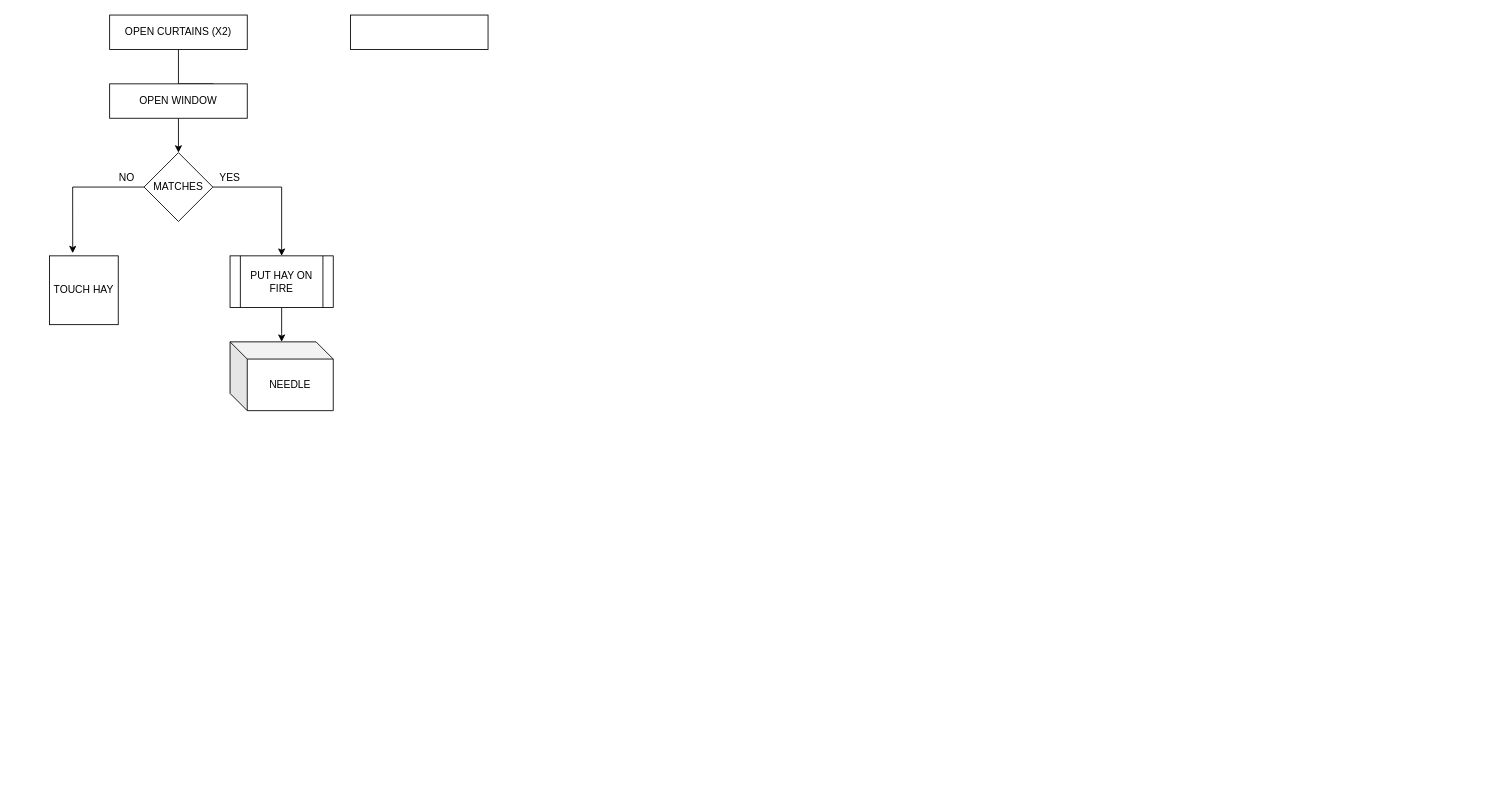
The draw.io diagram hello/GamesProductionDiagram.drawio in maksimillian/c-unix, before the edit. Source tidied: cells renumbered, new cells numbered last; positions are measured from the earlier drawing's top-left corner, leaving out a move shared by most shapes. Both pictures are drawn from the tidied source at 86%, with x=0, y=0 at pixel (49, 15).
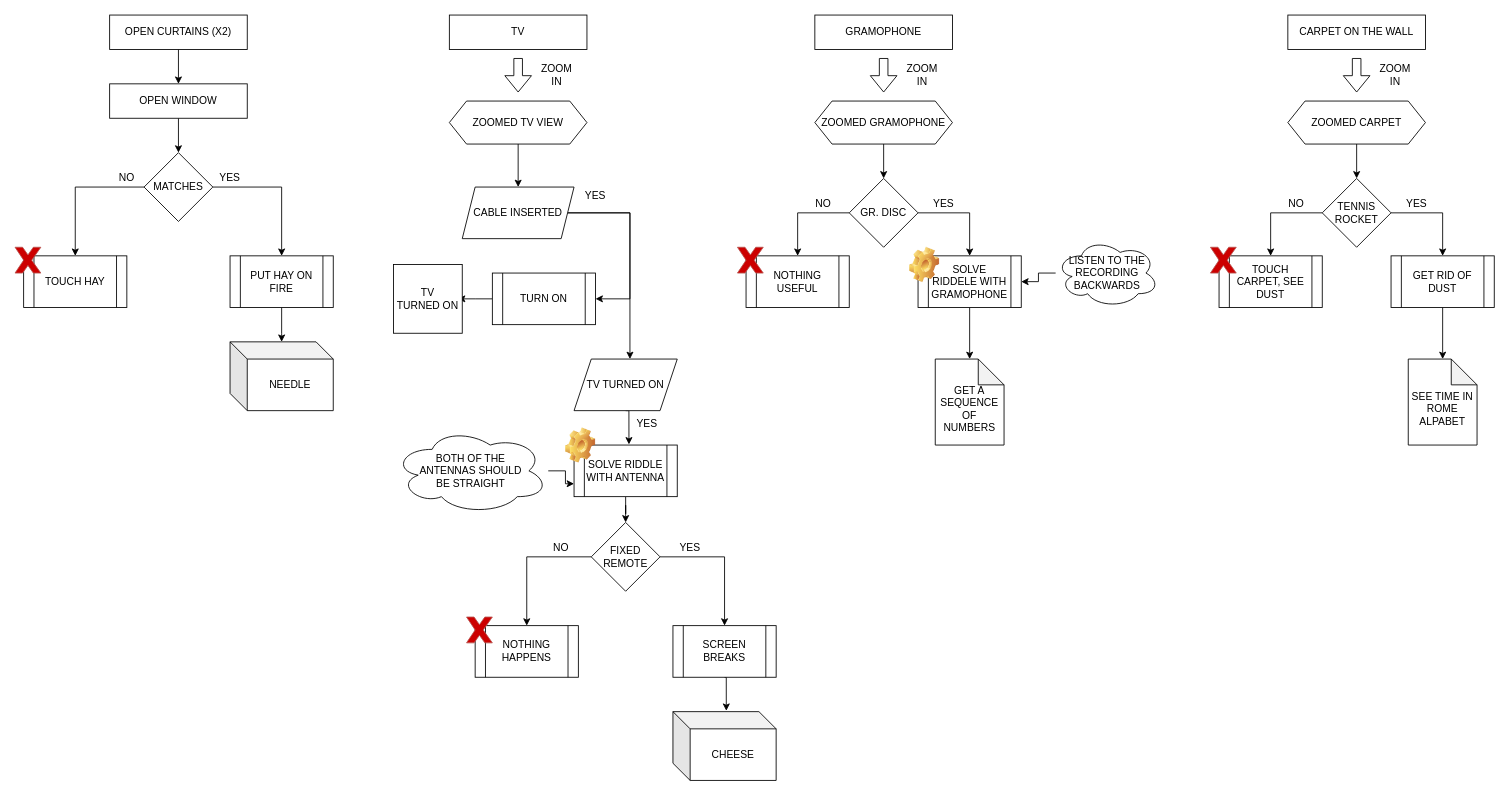
The same diagram, later.

The change refers to these unchanged cells:
```xml
<mxCell id="3" value="OPEN CURTAINS (X2)" style="rounded=0;whiteSpace=wrap;html=1;" parent="1" vertex="1">
  <mxGeometry x="70" width="160" height="40" as="geometry" />
</mxCell>
<mxCell id="5" value="OPEN WINDOW" style="rounded=0;whiteSpace=wrap;html=1;" parent="1" vertex="1">
  <mxGeometry x="70" y="80" width="160" height="40" as="geometry" />
</mxCell>
<mxCell id="8" value="MATCHES" style="rhombus;whiteSpace=wrap;html=1;" parent="1" vertex="1">
  <mxGeometry x="110" y="160" width="80" height="80" as="geometry" />
</mxCell>
```

Diff of the diagram source:
```diff
@@
-    <mxCell id="2" style="edgeStyle=orthogonalEdgeStyle;rounded=0;jettySize=auto;html=1;" parent="1" edge="1" source="3">
-      <mxGeometry relative="1" as="geometry">
-        <mxPoint x="190" y="120" as="targetPoint" />
-      </mxGeometry>
+    <mxCell id="2" style="edgeStyle=orthogonalEdgeStyle;rounded=0;jettySize=auto;html=1;" parent="1" edge="1" source="3" target="5">
+      <mxGeometry relative="1" as="geometry" />
     </mxCell>
@@
-    <mxCell id="7" style="edgeStyle=orthogonalEdgeStyle;rounded=0;jettySize=auto;html=1;exitX=0;exitY=0.5;exitDx=0;exitDy=0;entryX=0.338;entryY=-0.039;entryDx=0;entryDy=0;entryPerimeter=0;" parent="1" edge="1" source="8" target="13">
-      <mxGeometry relative="1" as="geometry" />
+    <mxCell id="7" style="edgeStyle=orthogonalEdgeStyle;rounded=0;jettySize=auto;html=1;exitX=0;exitY=0.5;exitDx=0;exitDy=0;entryX=0.5;entryY=0;entryDx=0;entryDy=0;" parent="1" edge="1" source="8" target="13">
+      <mxGeometry relative="1" as="geometry">
+        <Array as="points">
+          <mxPoint x="30" y="200" />
+        </Array>
+      </mxGeometry>
     </mxCell>
@@
-    <mxCell id="13" value="TOUCH HAY" style="whiteSpace=wrap;html=1;" parent="1" vertex="1">
-      <mxGeometry y="280" width="80" height="80" as="geometry" />
-    </mxCell>
@@
-    <mxCell id="15" style="rounded=0;whiteSpace=wrap;html=1;" parent="1" vertex="1">
-      <mxGeometry x="350" width="160" height="40" as="geometry" />
+    <mxCell id="15" value="TV" style="rounded=0;whiteSpace=wrap;html=1;" parent="1" vertex="1">
+      <mxGeometry x="465" width="160" height="40" as="geometry" />
     </mxCell>
+    <mxCell id="16" style="shape=flexArrow;endArrow=classic;html=1;" parent="1" edge="1">
+      <mxGeometry relative="1" as="geometry">
+        <mxPoint x="545" y="50" as="sourcePoint" />
+        <mxPoint x="545" y="90" as="targetPoint" />
+      </mxGeometry>
+    </mxCell>
+    <mxCell id="17" value="ZOOM IN" style="text;html=1;strokeColor=none;fillColor=none;align=center;verticalAlign=middle;whiteSpace=wrap;rounded=0;" parent="1" vertex="1">
+      <mxGeometry x="570" y="60" width="40" height="20" as="geometry" />
+    </mxCell>
+    <mxCell id="18" style="edgeStyle=orthogonalEdgeStyle;rounded=0;orthogonalLoop=1;jettySize=auto;html=1;exitX=0.5;exitY=1;exitDx=0;exitDy=0;" parent="1" edge="1">
+      <mxGeometry relative="1" as="geometry">
+        <mxPoint x="545" y="140" as="sourcePoint" />
+        <mxPoint x="545" y="140" as="targetPoint" />
+      </mxGeometry>
+    </mxCell>
+    <mxCell id="19" style="edgeStyle=orthogonalEdgeStyle;rounded=0;jettySize=auto;html=1;exitX=0.5;exitY=1;exitDx=0;exitDy=0;entryX=0.5;entryY=0;entryDx=0;entryDy=0;" parent="1" edge="1" source="20" target="23">
+      <mxGeometry relative="1" as="geometry" />
+    </mxCell>
+    <mxCell id="20" value="ZOOMED TV VIEW" style="shape=hexagon;perimeter=hexagonPerimeter2;whiteSpace=wrap;html=1;fixedSize=1;" parent="1" vertex="1">
+      <mxGeometry x="465" y="100" width="160" height="50" as="geometry" />
+    </mxCell>
+    <mxCell id="13" value="&lt;span&gt;TOUCH HAY&lt;/span&gt;" style="shape=process;whiteSpace=wrap;html=1;backgroundOutline=1;" parent="1" vertex="1">
+      <mxGeometry x="-30" y="280" width="120" height="60" as="geometry" />
+    </mxCell>
+    <mxCell id="21" style="edgeStyle=orthogonalEdgeStyle;rounded=0;jettySize=auto;html=1;exitX=1;exitY=0.5;exitDx=0;exitDy=0;entryX=1;entryY=0.5;entryDx=0;entryDy=0;" parent="1" edge="1" source="23" target="25">
+      <mxGeometry relative="1" as="geometry">
+        <Array as="points">
+          <mxPoint x="675" y="230" />
+          <mxPoint x="675" y="330" />
+        </Array>
+      </mxGeometry>
+    </mxCell>
+    <mxCell id="22" style="edgeStyle=orthogonalEdgeStyle;rounded=0;jettySize=auto;html=1;" parent="1" edge="1" source="23">
+      <mxGeometry relative="1" as="geometry">
+        <mxPoint x="675" y="400" as="targetPoint" />
+        <Array as="points">
+          <mxPoint x="675" y="230" />
+        </Array>
+      </mxGeometry>
+    </mxCell>
+    <mxCell id="23" value="CABLE INSERTED" style="shape=parallelogram;perimeter=parallelogramPerimeter;whiteSpace=wrap;html=1;fixedSize=1;size=15;" parent="1" vertex="1">
+      <mxGeometry x="480" y="200" width="130" height="60" as="geometry" />
+    </mxCell>
+    <mxCell id="24" style="edgeStyle=orthogonalEdgeStyle;rounded=0;jettySize=auto;html=1;" parent="1" edge="1" source="25">
+      <mxGeometry relative="1" as="geometry">
+        <mxPoint x="475" y="330" as="targetPoint" />
+      </mxGeometry>
+    </mxCell>
+    <mxCell id="25" value="TURN ON" style="shape=process;whiteSpace=wrap;html=1;backgroundOutline=1;" parent="1" vertex="1">
+      <mxGeometry x="515" y="300" width="120" height="60" as="geometry" />
+    </mxCell>
+    <mxCell id="26" value="TV&lt;br&gt;TURNED ON" style="whiteSpace=wrap;html=1;" parent="1" vertex="1">
+      <mxGeometry x="400" y="290" width="80" height="80" as="geometry" />
+    </mxCell>
+    <mxCell id="27" style="edgeStyle=orthogonalEdgeStyle;rounded=0;jettySize=auto;html=1;exitX=0.5;exitY=1;exitDx=0;exitDy=0;entryX=0.532;entryY=-0.012;entryDx=0;entryDy=0;entryPerimeter=0;" parent="1" edge="1" source="28" target="31">
+      <mxGeometry relative="1" as="geometry" />
+    </mxCell>
+    <mxCell id="28" value="TV TURNED ON" style="shape=parallelogram;perimeter=parallelogramPerimeter;whiteSpace=wrap;html=1;fixedSize=1;" parent="1" vertex="1">
+      <mxGeometry x="610" y="400" width="120" height="60" as="geometry" />
+    </mxCell>
+    <mxCell id="29" value="YES" style="text;html=1;strokeColor=none;fillColor=none;align=center;verticalAlign=middle;whiteSpace=wrap;rounded=0;" parent="1" vertex="1">
+      <mxGeometry x="615" y="200" width="40" height="20" as="geometry" />
+    </mxCell>
+    <mxCell id="30" style="edgeStyle=orthogonalEdgeStyle;rounded=0;jettySize=auto;html=1;exitX=0.5;exitY=1;exitDx=0;exitDy=0;" parent="1" edge="1" source="31" target="38">
+      <mxGeometry relative="1" as="geometry" />
+    </mxCell>
+    <mxCell id="31" value="SOLVE RIDDLE WITH ANTENNA" style="shape=process;whiteSpace=wrap;html=1;backgroundOutline=1;" parent="1" vertex="1">
+      <mxGeometry x="610" y="500" width="120" height="60" as="geometry" />
+    </mxCell>
+    <mxCell id="32" value="YES" style="text;html=1;strokeColor=none;fillColor=none;align=center;verticalAlign=middle;whiteSpace=wrap;rounded=0;" parent="1" vertex="1">
+      <mxGeometry x="675" y="465" width="40" height="20" as="geometry" />
+    </mxCell>
+    <mxCell id="33" style="edgeStyle=orthogonalEdgeStyle;rounded=0;jettySize=auto;html=1;entryX=0;entryY=0.75;entryDx=0;entryDy=0;" parent="1" edge="1" source="34" target="31">
+      <mxGeometry relative="1" as="geometry" />
+    </mxCell>
+    <mxCell id="34" value="BOTH OF THE &lt;br&gt;ANTENNAS&amp;nbsp;SHOULD &lt;br&gt;BE STRAIGHT" style="ellipse;shape=cloud;whiteSpace=wrap;html=1;" parent="1" vertex="1">
+      <mxGeometry x="400" y="480" width="180" height="100" as="geometry" />
+    </mxCell>
+    <mxCell id="35" value="CHEESE" style="shape=cube;whiteSpace=wrap;html=1;boundedLbl=1;backgroundOutline=1;darkOpacity=0.05;darkOpacity2=0.1;" parent="1" vertex="1">
+      <mxGeometry x="725" y="810" width="120" height="80" as="geometry" />
+    </mxCell>
+    <mxCell id="36" style="edgeStyle=orthogonalEdgeStyle;rounded=0;jettySize=auto;html=1;exitX=1;exitY=0.5;exitDx=0;exitDy=0;entryX=0.5;entryY=0;entryDx=0;entryDy=0;" parent="1" edge="1" source="38" target="41">
+      <mxGeometry relative="1" as="geometry" />
+    </mxCell>
+    <mxCell id="37" style="edgeStyle=orthogonalEdgeStyle;rounded=0;jettySize=auto;html=1;" parent="1" edge="1" source="38" target="39">
+      <mxGeometry relative="1" as="geometry" />
+    </mxCell>
+    <mxCell id="38" value="FIXED REMOTE" style="rhombus;whiteSpace=wrap;html=1;" parent="1" vertex="1">
+      <mxGeometry x="630" y="590" width="80" height="80" as="geometry" />
+    </mxCell>
+    <mxCell id="39" value="NOTHING HAPPENS" style="shape=process;whiteSpace=wrap;html=1;backgroundOutline=1;" parent="1" vertex="1">
+      <mxGeometry x="495" y="710" width="120" height="60" as="geometry" />
+    </mxCell>
+    <mxCell id="40" style="edgeStyle=orthogonalEdgeStyle;rounded=0;jettySize=auto;html=1;exitX=0.5;exitY=1;exitDx=0;exitDy=0;entryX=0.517;entryY=-0.012;entryDx=0;entryDy=0;entryPerimeter=0;" parent="1" edge="1" source="41" target="35">
+      <mxGeometry relative="1" as="geometry" />
+    </mxCell>
+    <mxCell id="41" value="SCREEN BREAKS" style="shape=process;whiteSpace=wrap;html=1;backgroundOutline=1;" parent="1" vertex="1">
+      <mxGeometry x="725" y="710" width="120" height="60" as="geometry" />
+    </mxCell>
+    <mxCell id="42" value="NO" style="text;html=1;strokeColor=none;fillColor=none;align=center;verticalAlign=middle;whiteSpace=wrap;rounded=0;" parent="1" vertex="1">
+      <mxGeometry x="575" y="610" width="40" height="20" as="geometry" />
+    </mxCell>
+    <mxCell id="43" value="YES" style="text;html=1;strokeColor=none;fillColor=none;align=center;verticalAlign=middle;whiteSpace=wrap;rounded=0;" parent="1" vertex="1">
+      <mxGeometry x="725" y="610" width="40" height="20" as="geometry" />
+    </mxCell>
+    <mxCell id="44" value="&lt;div style=&quot;text-align: left&quot;&gt;&lt;span&gt;GRAMOPHONE&lt;/span&gt;&lt;/div&gt;" style="rounded=0;whiteSpace=wrap;html=1;" parent="1" vertex="1">
+      <mxGeometry x="890" width="160" height="40" as="geometry" />
+    </mxCell>
+    <mxCell id="45" style="shape=flexArrow;endArrow=classic;html=1;" parent="1" edge="1">
+      <mxGeometry relative="1" as="geometry">
+        <mxPoint x="970" y="50" as="sourcePoint" />
+        <mxPoint x="970" y="90" as="targetPoint" />
+      </mxGeometry>
+    </mxCell>
+    <mxCell id="46" value="ZOOM IN" style="text;html=1;strokeColor=none;fillColor=none;align=center;verticalAlign=middle;whiteSpace=wrap;rounded=0;" parent="1" vertex="1">
+      <mxGeometry x="995" y="60" width="40" height="20" as="geometry" />
+    </mxCell>
+    <mxCell id="47" style="edgeStyle=orthogonalEdgeStyle;rounded=0;orthogonalLoop=1;jettySize=auto;html=1;exitX=0.5;exitY=1;exitDx=0;exitDy=0;" parent="1" edge="1">
+      <mxGeometry relative="1" as="geometry">
+        <mxPoint x="970" y="140" as="sourcePoint" />
+        <mxPoint x="970" y="140" as="targetPoint" />
+      </mxGeometry>
+    </mxCell>
+    <mxCell id="48" style="edgeStyle=orthogonalEdgeStyle;rounded=0;jettySize=auto;html=1;exitX=0.5;exitY=1;exitDx=0;exitDy=0;" parent="1" edge="1" source="49" target="52">
+      <mxGeometry relative="1" as="geometry" />
+    </mxCell>
+    <mxCell id="49" value="ZOOMED GRAMOPHONE" style="shape=hexagon;perimeter=hexagonPerimeter2;whiteSpace=wrap;html=1;fixedSize=1;" parent="1" vertex="1">
+      <mxGeometry x="890" y="100" width="160" height="50" as="geometry" />
+    </mxCell>
+    <mxCell id="50" style="edgeStyle=orthogonalEdgeStyle;rounded=0;jettySize=auto;html=1;exitX=1;exitY=0.5;exitDx=0;exitDy=0;" parent="1" edge="1" source="52" target="54">
+      <mxGeometry relative="1" as="geometry" />
+    </mxCell>
+    <mxCell id="51" style="edgeStyle=orthogonalEdgeStyle;rounded=0;jettySize=auto;html=1;exitX=0;exitY=0.5;exitDx=0;exitDy=0;" parent="1" edge="1" source="52" target="57">
+      <mxGeometry relative="1" as="geometry" />
+    </mxCell>
+    <mxCell id="52" value="GR. DISC" style="rhombus;whiteSpace=wrap;html=1;" parent="1" vertex="1">
+      <mxGeometry x="930" y="190" width="80" height="80" as="geometry" />
+    </mxCell>
+    <mxCell id="53" style="edgeStyle=orthogonalEdgeStyle;rounded=0;jettySize=auto;html=1;exitX=0.5;exitY=1;exitDx=0;exitDy=0;entryX=0.5;entryY=0;entryDx=0;entryDy=0;entryPerimeter=0;" parent="1" edge="1" source="54" target="58">
+      <mxGeometry relative="1" as="geometry" />
+    </mxCell>
+    <mxCell id="54" value="SOLVE RIDDELE WITH GRAMOPHONE" style="shape=process;whiteSpace=wrap;html=1;backgroundOutline=1;" parent="1" vertex="1">
+      <mxGeometry x="1010" y="280" width="120" height="60" as="geometry" />
+    </mxCell>
+    <mxCell id="55" style="edgeStyle=orthogonalEdgeStyle;rounded=0;jettySize=auto;html=1;entryX=1;entryY=0.5;entryDx=0;entryDy=0;" parent="1" edge="1" source="56" target="54">
+      <mxGeometry relative="1" as="geometry" />
+    </mxCell>
+    <mxCell id="56" value="LISTEN TO THE RECORDING&lt;br&gt;BACKWARDS" style="ellipse;shape=cloud;whiteSpace=wrap;html=1;" parent="1" vertex="1">
+      <mxGeometry x="1170" y="260" width="120" height="80" as="geometry" />
+    </mxCell>
+    <mxCell id="57" value="NOTHING USEFUL" style="shape=process;whiteSpace=wrap;html=1;backgroundOutline=1;" parent="1" vertex="1">
+      <mxGeometry x="810" y="280" width="120" height="60" as="geometry" />
+    </mxCell>
+    <mxCell id="58" value="GET A SEQUENCE OF NUMBERS" style="shape=note;whiteSpace=wrap;html=1;backgroundOutline=1;darkOpacity=0.05;spacingTop=16;" parent="1" vertex="1">
+      <mxGeometry x="1030" y="400" width="80" height="100" as="geometry" />
+    </mxCell>
+    <mxCell id="59" style="shape=image;html=1;verticalLabelPosition=bottom;verticalAlign=top;imageAspect=1;image=img/clipart/Gear_128x128.png;" parent="1" vertex="1">
+      <mxGeometry x="1000" y="270" width="35" height="41" as="geometry" />
+    </mxCell>
+    <mxCell id="60" style="shape=image;html=1;verticalLabelPosition=bottom;verticalAlign=top;imageAspect=1;image=img/clipart/Gear_128x128.png;" parent="1" vertex="1">
+      <mxGeometry x="600" y="480" width="35" height="41" as="geometry" />
+    </mxCell>
+    <mxCell id="61" style="verticalLabelPosition=bottom;verticalAlign=top;html=1;shape=mxgraph.basic.x;labelBorderColor=none;labelBackgroundColor=none;strokeColor=#b85450;fillColor=#CC0000;" parent="1" vertex="1">
+      <mxGeometry x="-40" y="270" width="30" height="30" as="geometry" />
+    </mxCell>
+    <mxCell id="62" style="verticalLabelPosition=bottom;verticalAlign=top;html=1;shape=mxgraph.basic.x;labelBorderColor=none;labelBackgroundColor=none;strokeColor=#b85450;fillColor=#CC0000;" parent="1" vertex="1">
+      <mxGeometry x="485" y="700" width="30" height="30" as="geometry" />
+    </mxCell>
+    <mxCell id="63" style="verticalLabelPosition=bottom;verticalAlign=top;html=1;shape=mxgraph.basic.x;labelBorderColor=none;labelBackgroundColor=none;strokeColor=#b85450;fillColor=#CC0000;" parent="1" vertex="1">
+      <mxGeometry x="800" y="270" width="30" height="30" as="geometry" />
+    </mxCell>
+    <mxCell id="64" value="NO" style="text;html=1;strokeColor=none;fillColor=none;align=center;verticalAlign=middle;whiteSpace=wrap;rounded=0;labelBackgroundColor=none;" parent="1" vertex="1">
+      <mxGeometry x="880" y="210" width="40" height="20" as="geometry" />
+    </mxCell>
+    <mxCell id="65" value="YES" style="text;html=1;strokeColor=none;fillColor=none;align=center;verticalAlign=middle;whiteSpace=wrap;rounded=0;labelBackgroundColor=none;" parent="1" vertex="1">
+      <mxGeometry x="1020" y="210" width="40" height="20" as="geometry" />
+    </mxCell>
+    <mxCell id="66" value="CARPET ON THE WALL" style="rounded=0;whiteSpace=wrap;html=1;labelBackgroundColor=none;fillColor=none;" parent="1" vertex="1">
+      <mxGeometry x="1440" width="160" height="40" as="geometry" />
+    </mxCell>
+    <mxCell id="67" style="shape=flexArrow;endArrow=classic;html=1;" parent="1" edge="1">
+      <mxGeometry relative="1" as="geometry">
+        <mxPoint x="1520" y="50" as="sourcePoint" />
+        <mxPoint x="1520" y="90" as="targetPoint" />
+      </mxGeometry>
+    </mxCell>
+    <mxCell id="68" value="ZOOM IN" style="text;html=1;strokeColor=none;fillColor=none;align=center;verticalAlign=middle;whiteSpace=wrap;rounded=0;" parent="1" vertex="1">
+      <mxGeometry x="1545" y="60" width="40" height="20" as="geometry" />
+    </mxCell>
+    <mxCell id="69" style="edgeStyle=orthogonalEdgeStyle;rounded=0;orthogonalLoop=1;jettySize=auto;html=1;exitX=0.5;exitY=1;exitDx=0;exitDy=0;" parent="1" edge="1">
+      <mxGeometry relative="1" as="geometry">
+        <mxPoint x="1520" y="140" as="sourcePoint" />
+        <mxPoint x="1520" y="140" as="targetPoint" />
+      </mxGeometry>
+    </mxCell>
+    <mxCell id="70" style="edgeStyle=orthogonalEdgeStyle;rounded=0;jettySize=auto;html=1;exitX=0.5;exitY=1;exitDx=0;exitDy=0;entryX=0.5;entryY=0;entryDx=0;entryDy=0;" parent="1" edge="1" source="71" target="74">
+      <mxGeometry relative="1" as="geometry" />
+    </mxCell>
+    <mxCell id="71" value="ZOOMED CARPET" style="shape=hexagon;perimeter=hexagonPerimeter2;whiteSpace=wrap;html=1;fixedSize=1;" parent="1" vertex="1">
+      <mxGeometry x="1440" y="100" width="160" height="50" as="geometry" />
+    </mxCell>
+    <mxCell id="72" style="edgeStyle=orthogonalEdgeStyle;rounded=0;jettySize=auto;html=1;exitX=1;exitY=0.5;exitDx=0;exitDy=0;" parent="1" edge="1" source="74" target="76">
+      <mxGeometry relative="1" as="geometry" />
+    </mxCell>
+    <mxCell id="73" style="edgeStyle=orthogonalEdgeStyle;rounded=0;jettySize=auto;html=1;exitX=0;exitY=0.5;exitDx=0;exitDy=0;" parent="1" edge="1" source="74" target="77">
+      <mxGeometry relative="1" as="geometry" />
+    </mxCell>
+    <mxCell id="74" value="TENNIS&lt;br&gt;ROCKET" style="rhombus;whiteSpace=wrap;html=1;" parent="1" vertex="1">
+      <mxGeometry x="1480" y="190" width="80" height="80" as="geometry" />
+    </mxCell>
+    <mxCell id="75" style="edgeStyle=orthogonalEdgeStyle;rounded=0;jettySize=auto;html=1;exitX=0.5;exitY=1;exitDx=0;exitDy=0;entryX=0.5;entryY=0;entryDx=0;entryDy=0;entryPerimeter=0;" parent="1" edge="1" source="76" target="78">
+      <mxGeometry relative="1" as="geometry" />
+    </mxCell>
+    <mxCell id="76" value="GET RID OF DUST" style="shape=process;whiteSpace=wrap;html=1;backgroundOutline=1;" parent="1" vertex="1">
+      <mxGeometry x="1560" y="280" width="120" height="60" as="geometry" />
+    </mxCell>
+    <mxCell id="77" value="TOUCH CARPET, SEE DUST" style="shape=process;whiteSpace=wrap;html=1;backgroundOutline=1;" parent="1" vertex="1">
+      <mxGeometry x="1360" y="280" width="120" height="60" as="geometry" />
+    </mxCell>
+    <mxCell id="78" value="SEE TIME IN ROME ALPABET" style="shape=note;whiteSpace=wrap;html=1;backgroundOutline=1;darkOpacity=0.05;spacingTop=16;" parent="1" vertex="1">
+      <mxGeometry x="1580" y="400" width="80" height="100" as="geometry" />
+    </mxCell>
+    <mxCell id="79" style="verticalLabelPosition=bottom;verticalAlign=top;html=1;shape=mxgraph.basic.x;labelBorderColor=none;labelBackgroundColor=none;strokeColor=#b85450;fillColor=#CC0000;" parent="1" vertex="1">
+      <mxGeometry x="1350" y="270" width="30" height="30" as="geometry" />
+    </mxCell>
+    <mxCell id="80" value="NO" style="text;html=1;strokeColor=none;fillColor=none;align=center;verticalAlign=middle;whiteSpace=wrap;rounded=0;labelBackgroundColor=none;" parent="1" vertex="1">
+      <mxGeometry x="1430" y="210" width="40" height="20" as="geometry" />
+    </mxCell>
+    <mxCell id="81" value="YES" style="text;html=1;strokeColor=none;fillColor=none;align=center;verticalAlign=middle;whiteSpace=wrap;rounded=0;labelBackgroundColor=none;" parent="1" vertex="1">
+      <mxGeometry x="1570" y="210" width="40" height="20" as="geometry" />
+    </mxCell>
```
